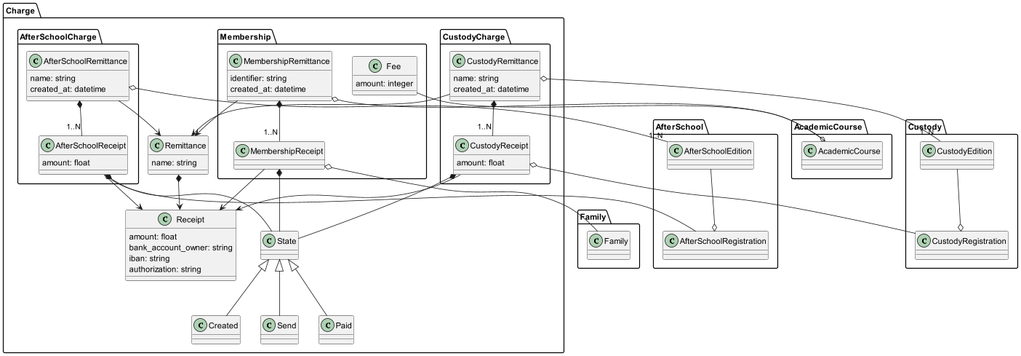
Earlier version of the PlantUML export doc/DomainModelDiagram/ChargePackage/ChargePackage.png (IgnacioMaestro/ampa-manager).
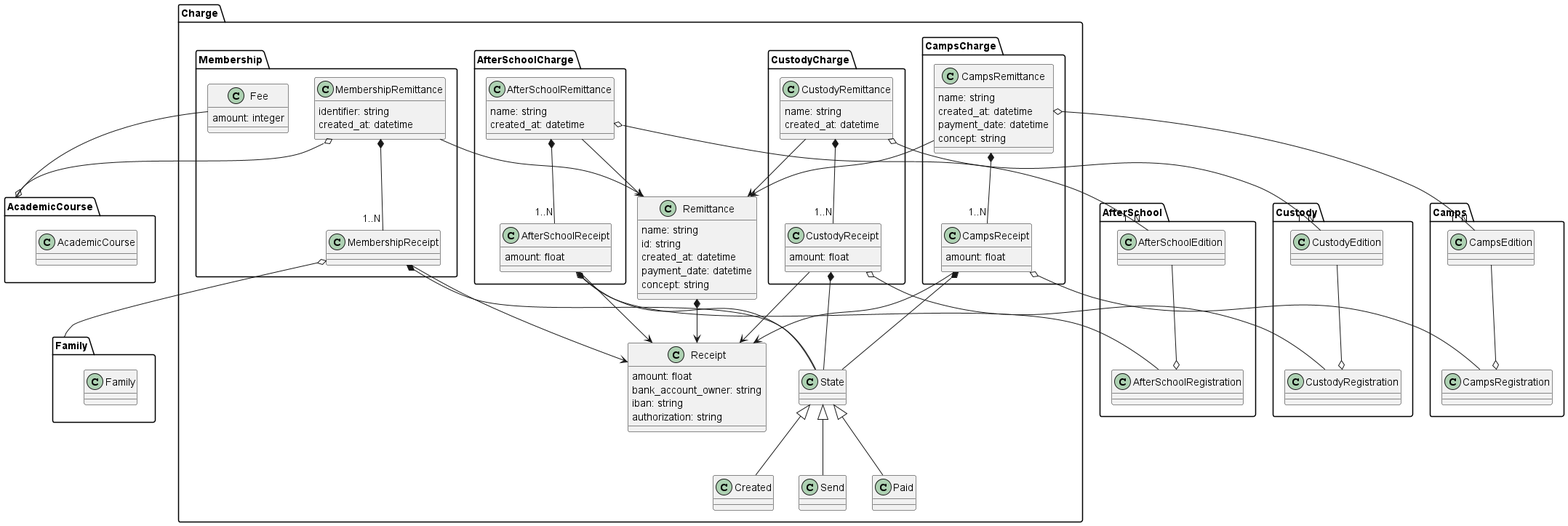
The same file after the commit.

Change to the diagram source:
```diff
@@ -1,5 +1,15 @@
 @startuml
+!include .\ChargeCommon.puml
 package Charge{
+    package AfterSchoolCharge{
+        class AfterSchoolRemittance{
+            name: string
+            created_at: datetime
+        }
+        class AfterSchoolReceipt {
+            amount: float
+        }
+    }
     package Membership{
         class MembershipRemittance {
             identifier: string
@@ -8,15 +18,6 @@
         class MembershipReceipt
         class Fee{
             amount: integer
-        }
-    }
-    package AfterSchoolCharge{
-        class AfterSchoolRemittance{
-            name: string
-            created_at: datetime
-        }
-        class AfterSchoolReceipt {
-            amount: float
         }
     }
     package CustodyCharge{
@@ -29,26 +30,23 @@
         }
     }
 
-
-    class State
-    class Created
-    class Send
-    class Paid
-    State <|-- Created
-    State <|-- Send
-    State <|-- Paid
-
-    class Remittance {
-        name: string
-    }
-    class Receipt {
-        amount: float
-        bank_account_owner: string
-        iban: string
-        authorization: string
+    package CampsCharge{
+        class CampsRemittance{
+            name: string
+            created_at: datetime
+            payment_date: datetime
+            concept: string
+        }
+        class CampsReceipt {
+            amount: float
+        }
     }
 
-    Remittance *--> Receipt
+    CampsReceipt --> Receipt
+    CampsRemittance --> Remittance
+
+    CampsReceipt *-- State
+    CampsRemittance *-- "1..N" CampsReceipt
 
     MembershipReceipt --> Receipt
     MembershipRemittance --> Remittance
@@ -70,7 +68,7 @@
 }
 
 Fee --o AcademicCourse
-MembershipRemittance o-- AcademicCourse
+MembershipRemittance o-left- AcademicCourse
 
 package Family{
     class Family
@@ -91,4 +89,13 @@
 CustodyRemittance o-- "1..N" CustodyEdition
 CustodyReceipt o-- CustodyRegistration
 CustodyEdition --o CustodyRegistration
+
+package Camps{
+    class CampsEdition
+    class CampsRegistration
+}
+CampsRemittance o-- "1..N" CampsEdition
+CampsReceipt o-- CampsRegistration
+CampsEdition --o CampsRegistration
+
 @enduml
```
